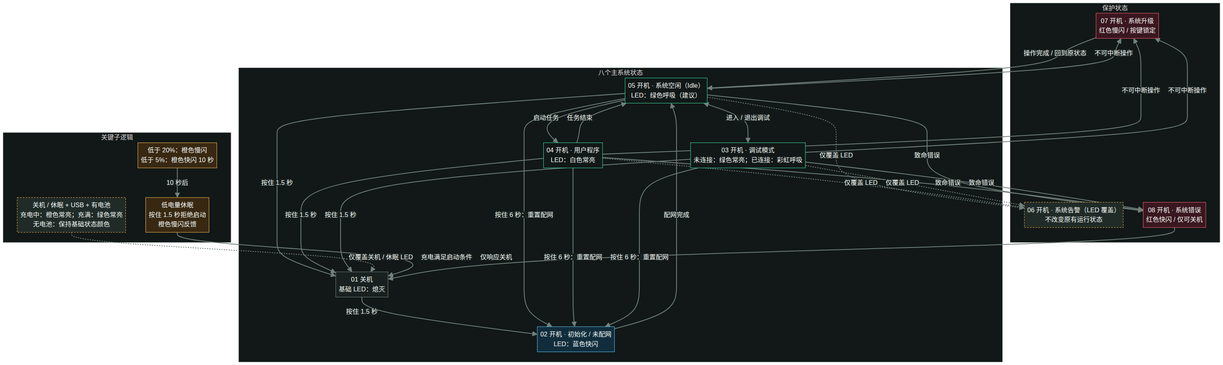
Above: docs/public/led-strategy-flow.png in ialexpeng/esp-claw (Mermaid), before the change. Its source is kept beside it as docs/public/led-strategy-flow.mmd.
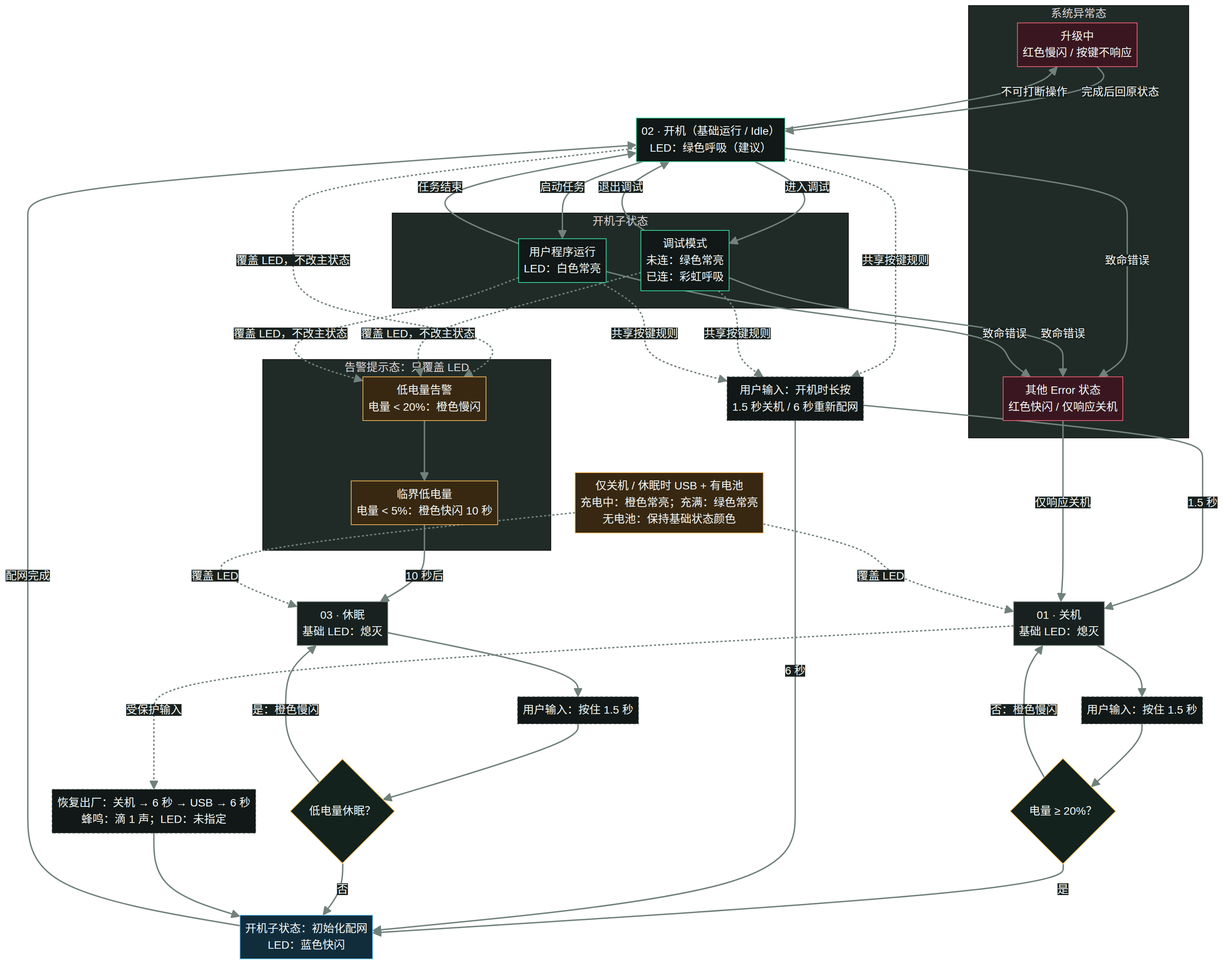
The same diagram one commit later.

Diff of the diagram source:
```diff
@@ -1,59 +1,70 @@
-%%{init: {"theme":"base","themeVariables":{"background":"#0A0F0E","primaryColor":"#111817","primaryTextColor":"#F1F6F3","primaryBorderColor":"#41534D","lineColor":"#71817B","secondaryColor":"#18211F","tertiaryColor":"#202B28","clusterBkg":"#111817","clusterBorder":"#2B3935","fontFamily":"Inter, PingFang SC, Microsoft YaHei, sans-serif"}}}%%
+%%{init: {"theme":"base","themeVariables":{"background":"#0A0F0E","primaryColor":"#111817","primaryTextColor":"#F1F6F3","primaryBorderColor":"#41534D","lineColor":"#71817B","secondaryColor":"#18211F","tertiaryColor":"#202B28","fontFamily":"Inter, PingFang SC, Microsoft YaHei, sans-serif"}}}%%
 flowchart TB
-  classDef power fill:#18211F,stroke:#78857F,color:#F1F6F3,stroke-width:1px
-  classDef normal fill:#111817,stroke:#3DE7A6,color:#F1F6F3,stroke-width:1px
+  classDef state fill:#18211F,stroke:#78857F,color:#F1F6F3,stroke-width:1px
+  classDef on fill:#111817,stroke:#3DE7A6,color:#F1F6F3,stroke-width:1px
+  classDef input fill:#111817,stroke:#41534D,color:#F1F6F3,stroke-width:1px,stroke-dasharray: 4 3
+  classDef decision fill:#14221D,stroke:#FFBD59,color:#F1F6F3,stroke-width:1px
   classDef info fill:#112D3C,stroke:#66C7FF,color:#F1F6F3,stroke-width:1px
   classDef warning fill:#382812,stroke:#FFBD59,color:#F1F6F3,stroke-width:1px
   classDef danger fill:#3A1720,stroke:#FF6578,color:#F1F6F3,stroke-width:1px
-  classDef overlay fill:#202B28,stroke:#FFBD59,color:#F1F6F3,stroke-width:1px,stroke-dasharray: 4 3
 
-  subgraph MAIN[八个主系统状态]
+  OFF["01 · 关机<br/>基础 LED：熄灭"]:::state
+  OFFKEY["用户输入：按住 1.5 秒"]:::input
+  OFFDEC{"电量 ≥ 20%？"}:::decision
+  PAIR["开机子状态：初始化配网<br/>LED：蓝色快闪"]:::info
+  ON["02 · 开机（基础运行 / Idle）<br/>LED：绿色呼吸（建议）"]:::on
+
+  OFF --> OFFKEY --> OFFDEC
+  OFFDEC -->|"是"| PAIR -->|"配网完成"| ON
+  OFFDEC -->|"否：橙色慢闪"| OFF
+
+  subgraph ON_CHILDREN[开机子状态]
     direction LR
-    OFF["01 关机<br/>基础 LED：熄灭"]:::power
-    INIT["02 开机 · 初始化 / 未配网<br/>LED：蓝色快闪"]:::info
-    IDLE["05 开机 · 系统空闲（Idle）<br/>LED：绿色呼吸（建议）"]:::normal
-    PROGRAM["04 开机 · 用户程序<br/>LED：白色常亮"]:::normal
-    DEBUG["03 开机 · 调试模式<br/>未连接：绿色常亮；已连接：彩虹呼吸"]:::normal
+    DEBUG["调试模式<br/>未连：绿色常亮<br/>已连：彩虹呼吸"]:::on
+    PROGRAM["用户程序运行<br/>LED：白色常亮"]:::on
   end
+  ON -->|"进入调试"| DEBUG
+  ON -->|"启动任务"| PROGRAM
+  DEBUG -->|"退出调试"| ON
+  PROGRAM -->|"任务结束"| ON
 
-  OFF -->|"按住 1.5 秒"| INIT
-  INIT -->|"配网完成"| IDLE
-  IDLE -->|"启动任务"| PROGRAM
-  PROGRAM -->|"任务结束"| IDLE
-  IDLE <-->|"进入 / 退出调试"| DEBUG
-  IDLE -->|"按住 1.5 秒"| OFF
-  PROGRAM -->|"按住 1.5 秒"| OFF
-  DEBUG -->|"按住 1.5 秒"| OFF
-  IDLE -->|"按住 6 秒：重置配网"| INIT
-  PROGRAM -->|"按住 6 秒：重置配网"| INIT
-  DEBUG -->|"按住 6 秒：重置配网"| INIT
+  ONKEY["用户输入：开机时长按<br/>1.5 秒关机 / 6 秒重新配网"]:::input
+  ON -. "共享按键规则" .-> ONKEY
+  DEBUG -. "共享按键规则" .-> ONKEY
+  PROGRAM -. "共享按键规则" .-> ONKEY
+  ONKEY -->|"1.5 秒"| OFF
+  ONKEY -->|"6 秒"| PAIR
 
-  subgraph SUB[关键子逻辑]
+  subgraph ALERT[告警提示态：只覆盖 LED]
     direction LR
-    CHARGE["关机 / 休眠 + USB + 有电池<br/>充电中：橙色常亮；充满：绿色常亮<br/>无电池：保持基础状态颜色"]:::overlay
-    LOW["低于 20%：橙色慢闪<br/>低于 5%：橙色快闪 10 秒"]:::warning
-    SLEEP["低电量休眠<br/>按住 1.5 秒拒绝启动<br/>橙色慢闪反馈"]:::warning
+    LOW20["低电量告警<br/>电量 < 20%：橙色慢闪"]:::warning
+    LOW5["临界低电量<br/>电量 < 5%：橙色快闪 10 秒"]:::warning
   end
+  ON -. "覆盖 LED，不改主状态" .-> LOW20
+  DEBUG -. "覆盖 LED，不改主状态" .-> LOW20
+  PROGRAM -. "覆盖 LED，不改主状态" .-> LOW20
+  LOW20 --> LOW5
 
-  CHARGE -. "仅覆盖关机 / 休眠 LED" .-> OFF
-  LOW -->|"10 秒后"| SLEEP
-  SLEEP -->|"充电满足启动条件"| OFF
+  SLEEP["03 · 休眠<br/>基础 LED：熄灭"]:::state
+  LOW5 -->|"10 秒后"| SLEEP
+  SLEEPKEY["用户输入：按住 1.5 秒"]:::input
+  SLEEPDEC{"低电量休眠？"}:::decision
+  SLEEP --> SLEEPKEY --> SLEEPDEC
+  SLEEPDEC -->|"否"| PAIR
+  SLEEPDEC -->|"是：橙色慢闪"| SLEEP
 
-  subgraph PROTECTION[保护状态]
+  subgraph EXCEPTION[系统异常态]
     direction LR
-    WARNING["06 开机 · 系统告警（LED 覆盖）<br/>不改变原有运行状态"]:::overlay
-    UPGRADE["07 开机 · 系统升级<br/>红色慢闪 / 按键锁定"]:::danger
-    ERROR["08 开机 · 系统错误<br/>红色快闪 / 仅可关机"]:::danger
+    UPGRADE["升级中<br/>红色慢闪 / 按键不响应"]:::danger
+    ERROR["其他 Error 状态<br/>红色快闪 / 仅响应关机"]:::danger
   end
+  ON -->|"不可打断操作"| UPGRADE -->|"完成后回原状态"| ON
+  ON -->|"致命错误"| ERROR -->|"仅响应关机"| OFF
+  DEBUG -->|"致命错误"| ERROR
+  PROGRAM -->|"致命错误"| ERROR
 
-  IDLE -. "仅覆盖 LED" .-> WARNING
-  PROGRAM -. "仅覆盖 LED" .-> WARNING
-  DEBUG -. "仅覆盖 LED" .-> WARNING
-  IDLE -->|"不可中断操作"| UPGRADE
-  PROGRAM -->|"不可中断操作"| UPGRADE
-  DEBUG -->|"不可中断操作"| UPGRADE
-  UPGRADE -->|"操作完成 / 回到原状态"| IDLE
-  IDLE -->|"致命错误"| ERROR
-  PROGRAM -->|"致命错误"| ERROR
-  DEBUG -->|"致命错误"| ERROR
-  ERROR -->|"仅响应关机"| OFF
+  RESET["恢复出厂：关机 → 6 秒 → USB → 6 秒<br/>蜂鸣：滴 1 声；LED：未指定"]:::input
+  OFF -. "受保护输入" .-> RESET --> PAIR
+  CHARGE["仅关机 / 休眠时 USB + 有电池<br/>充电中：橙色常亮；充满：绿色常亮<br/>无电池：保持基础状态颜色"]:::warning
+  CHARGE -. "覆盖 LED" .-> OFF
+  CHARGE -. "覆盖 LED" .-> SLEEP
```
